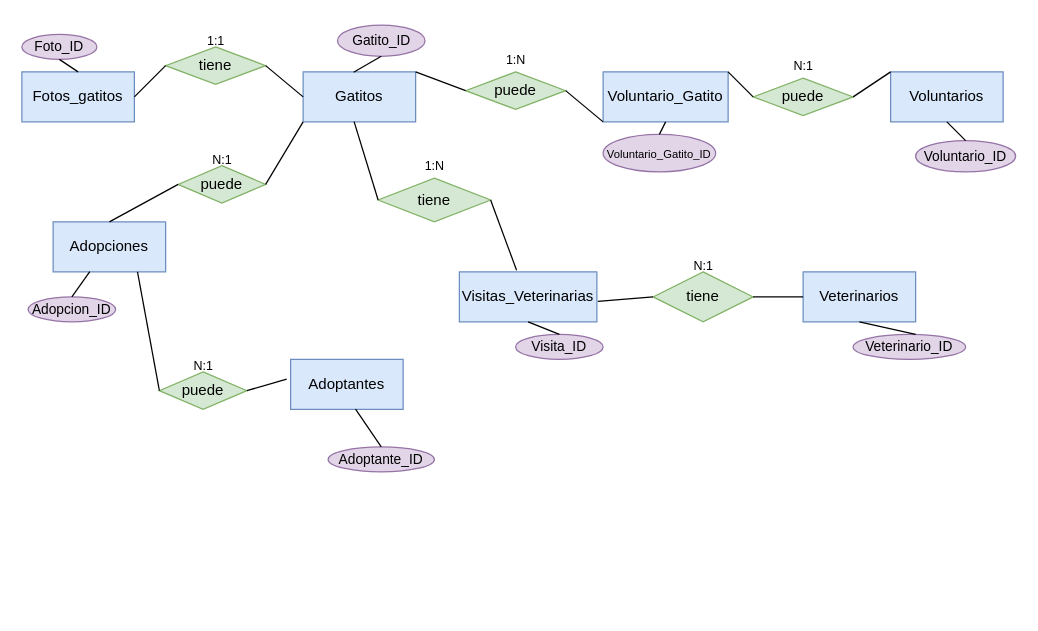
Above: Modelo_concep.drawio in LorenaEsther/adopcion_gatitos (draw.io), before the change. Source tidied: cells renumbered, new cells numbered last; positions are measured from the earlier drawing's top-left corner, leaving out a move shared by most shapes. Both pictures are drawn from the tidied source at 125%, with x=0, y=0 at pixel (21, 21).
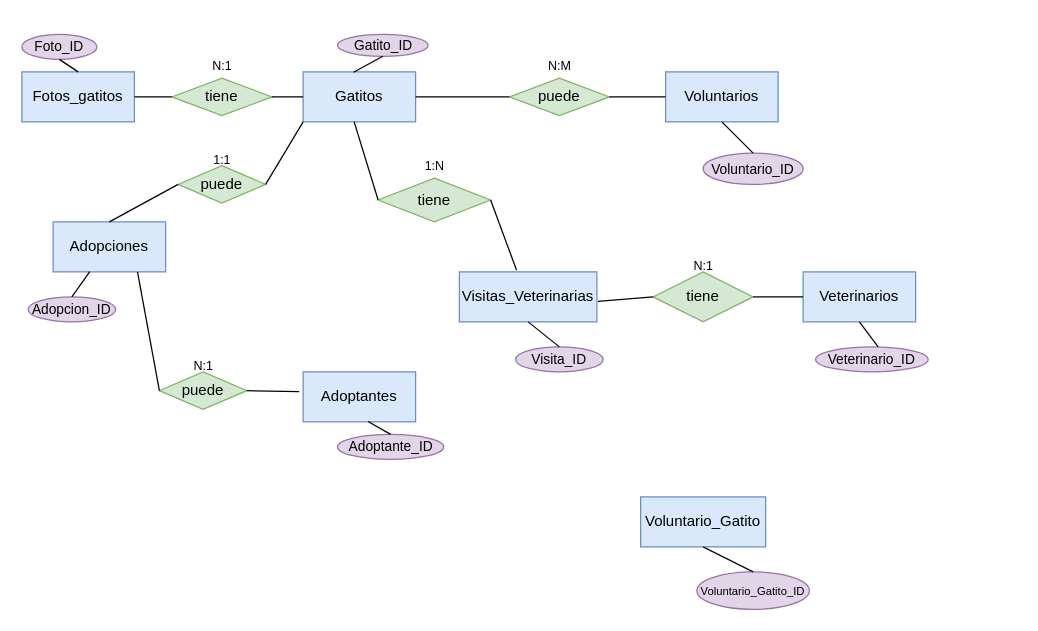
After the change.

The change refers to these unchanged cells:
```xml
<mxCell id="2" value="Gatitos" style="rounded=0;whiteSpace=wrap;html=1;fillColor=#dae8fc;strokeColor=#6c8ebf;" parent="1" vertex="1">
  <mxGeometry x="225" y="40" width="90" height="40" as="geometry" />
</mxCell>
```

Diff of the diagram source:
```diff
@@
     <mxCell id="4" value="Adoptantes" style="rounded=0;whiteSpace=wrap;html=1;fillColor=#dae8fc;strokeColor=#6c8ebf;" parent="1" vertex="1">
-      <mxGeometry x="215" y="270" width="90" height="40" as="geometry" />
+      <mxGeometry x="225" y="280" width="90" height="40" as="geometry" />
     </mxCell>
@@
     <mxCell id="6" value="Voluntarios" style="rounded=0;whiteSpace=wrap;html=1;fillColor=#dae8fc;strokeColor=#6c8ebf;" parent="1" vertex="1">
-      <mxGeometry x="695" y="40" width="90" height="40" as="geometry" />
+      <mxGeometry x="515" y="40" width="90" height="40" as="geometry" />
     </mxCell>
     <mxCell id="7" value="Voluntario_Gatito" style="rounded=0;whiteSpace=wrap;html=1;fillColor=#dae8fc;strokeColor=#6c8ebf;" parent="1" vertex="1">
-      <mxGeometry x="465" y="40" width="100" height="40" as="geometry" />
+      <mxGeometry x="495" y="380" width="100" height="40" as="geometry" />
     </mxCell>
@@
     <mxCell id="10" value="tiene" style="shape=rhombus;perimeter=rhombusPerimeter;whiteSpace=wrap;html=1;align=center;fillColor=#d5e8d4;strokeColor=#82b366;" parent="1" vertex="1">
-      <mxGeometry x="115" y="20" width="80" height="30" as="geometry" />
+      <mxGeometry x="120" y="45" width="80" height="30" as="geometry" />
     </mxCell>
@@
     <mxCell id="15" value="&lt;font style=&quot;font-size: 11px;&quot;&gt;Gatito_ID&lt;/font&gt;" style="ellipse;whiteSpace=wrap;html=1;align=center;fillColor=#e1d5e7;strokeColor=#9673a6;" parent="1" vertex="1">
-      <mxGeometry x="252.5" y="2.5" width="70" height="25" as="geometry" />
+      <mxGeometry x="252.5" y="10" width="72.5" height="17.5" as="geometry" />
     </mxCell>
@@
     <mxCell id="17" value="&lt;font style=&quot;font-size: 11px;&quot;&gt;Voluntario_ID&lt;/font&gt;" style="ellipse;whiteSpace=wrap;html=1;align=center;fillColor=#e1d5e7;strokeColor=#9673a6;" parent="1" vertex="1">
-      <mxGeometry x="715" y="95" width="80" height="25" as="geometry" />
+      <mxGeometry x="545" y="105" width="80" height="25" as="geometry" />
     </mxCell>
@@
     <mxCell id="19" value="&lt;font style=&quot;font-size: 9px;&quot;&gt;Voluntario_Gatito_ID&lt;/font&gt;" style="ellipse;whiteSpace=wrap;html=1;align=center;fillColor=#e1d5e7;strokeColor=#9673a6;" parent="1" vertex="1">
-      <mxGeometry x="465" y="90" width="90" height="30" as="geometry" />
+      <mxGeometry x="540" y="440" width="90" height="30" as="geometry" />
     </mxCell>
@@
     <mxCell id="24" value="&lt;font style=&quot;font-size: 11px;&quot;&gt;Adoptante_ID&lt;/font&gt;" style="ellipse;whiteSpace=wrap;html=1;align=center;fillColor=#e1d5e7;strokeColor=#9673a6;" parent="1" vertex="1">
-      <mxGeometry x="245" y="340" width="85" height="20" as="geometry" />
+      <mxGeometry x="252.5" y="330" width="85" height="20" as="geometry" />
     </mxCell>
@@
     <mxCell id="26" value="puede" style="shape=rhombus;perimeter=rhombusPerimeter;whiteSpace=wrap;html=1;align=center;fillColor=#d5e8d4;strokeColor=#82b366;" parent="1" vertex="1">
-      <mxGeometry x="355" y="40" width="80" height="30" as="geometry" />
+      <mxGeometry x="390" y="45" width="80" height="30" as="geometry" />
     </mxCell>
-    <mxCell id="27" value="puede" style="shape=rhombus;perimeter=rhombusPerimeter;whiteSpace=wrap;html=1;align=center;fillColor=#d5e8d4;strokeColor=#82b366;" parent="1" vertex="1">
-      <mxGeometry x="585" y="45" width="80" height="30" as="geometry" />
-    </mxCell>
-    <mxCell id="28" style="endArrow=none;html=1;rounded=0;entryX=1;entryY=0;entryDx=0;entryDy=0;exitX=0;exitY=0.5;exitDx=0;exitDy=0;" parent="1" edge="1" source="26" target="2">
+    <mxCell id="28" style="endArrow=none;html=1;rounded=0;entryX=1;entryY=0.5;entryDx=0;entryDy=0;exitX=0;exitY=0.5;exitDx=0;exitDy=0;" parent="1" edge="1" source="26" target="2">
       <mxGeometry relative="1" as="geometry" />
     </mxCell>
-    <mxCell id="29" style="endArrow=none;html=1;rounded=0;entryX=0;entryY=0;entryDx=0;entryDy=0;exitX=1;exitY=0.5;exitDx=0;exitDy=0;" parent="1" edge="1" source="27" target="6">
-      <mxGeometry relative="1" as="geometry" />
-    </mxCell>
-    <mxCell id="30" style="endArrow=none;html=1;rounded=0;exitX=1;exitY=0.5;exitDx=0;exitDy=0;entryX=0;entryY=1;entryDx=0;entryDy=0;" parent="1" edge="1" source="26" target="7">
-      <mxGeometry relative="1" as="geometry" />
-    </mxCell>
-    <mxCell id="31" style="endArrow=none;html=1;rounded=0;entryX=1;entryY=0;entryDx=0;entryDy=0;exitX=0;exitY=0.5;exitDx=0;exitDy=0;" parent="1" edge="1" source="27" target="7">
-      <mxGeometry relative="1" as="geometry" />
-    </mxCell>
@@
-    <mxCell id="40" value="&lt;font style=&quot;font-size: 10px;&quot;&gt;N:1&lt;/font&gt;" style="text;html=1;align=center;verticalAlign=middle;strokeColor=none;fillColor=none;" parent="1" vertex="1">
-      <mxGeometry x="605" y="20" width="40" height="30" as="geometry" />
-    </mxCell>
-    <mxCell id="41" value="&lt;font style=&quot;font-size: 10px;&quot;&gt;1:N&lt;/font&gt;" style="text;html=1;align=center;verticalAlign=middle;strokeColor=none;fillColor=none;" parent="1" vertex="1">
-      <mxGeometry x="375" y="15" width="40" height="30" as="geometry" />
+    <mxCell id="41" value="&lt;span style=&quot;font-size: 10px;&quot;&gt;N:M&lt;/span&gt;" style="text;html=1;align=center;verticalAlign=middle;strokeColor=none;fillColor=none;" parent="1" vertex="1">
+      <mxGeometry x="410" y="20" width="40" height="30" as="geometry" />
     </mxCell>
-    <mxCell id="42" value="&lt;font style=&quot;font-size: 10px;&quot;&gt;1:1&lt;/font&gt;" style="text;html=1;align=center;verticalAlign=middle;strokeColor=none;fillColor=none;" parent="1" vertex="1">
-      <mxGeometry x="135" width="40" height="30" as="geometry" />
+    <mxCell id="42" value="&lt;font style=&quot;font-size: 10px;&quot;&gt;N:1&lt;/font&gt;" style="text;html=1;align=center;verticalAlign=middle;strokeColor=none;fillColor=none;" parent="1" vertex="1">
+      <mxGeometry x="140" y="20" width="40" height="30" as="geometry" />
     </mxCell>
     <mxCell id="43" value="&lt;font style=&quot;font-size: 11px;&quot;&gt;Veterinario_ID&lt;/font&gt;" style="ellipse;whiteSpace=wrap;html=1;align=center;fillColor=#e1d5e7;strokeColor=#9673a6;" parent="1" vertex="1">
-      <mxGeometry x="665" y="250" width="90" height="20" as="geometry" />
+      <mxGeometry x="635" y="260" width="90" height="20" as="geometry" />
     </mxCell>
@@
-    <mxCell id="49" value="&lt;font style=&quot;font-size: 10px;&quot;&gt;N:1&lt;/font&gt;" style="text;html=1;align=center;verticalAlign=middle;strokeColor=none;fillColor=none;" parent="1" vertex="1">
+    <mxCell id="49" value="&lt;font style=&quot;font-size: 10px;&quot;&gt;1:1&lt;/font&gt;" style="text;html=1;align=center;verticalAlign=middle;strokeColor=none;fillColor=none;" parent="1" vertex="1">
       <mxGeometry x="140" y="95" width="40" height="30" as="geometry" />
     </mxCell>
     <mxCell id="50" value="&lt;font style=&quot;font-size: 11px;&quot;&gt;Visita_ID&lt;/font&gt;" style="ellipse;whiteSpace=wrap;html=1;align=center;fillColor=#e1d5e7;strokeColor=#9673a6;" parent="1" vertex="1">
-      <mxGeometry x="395" y="250" width="70" height="20" as="geometry" />
+      <mxGeometry x="395" y="260" width="70" height="20" as="geometry" />
     </mxCell>
@@
+    <mxCell id="54" style="endArrow=none;html=1;rounded=0;exitX=1;exitY=0.5;exitDx=0;exitDy=0;entryX=0;entryY=0.5;entryDx=0;entryDy=0;" parent="1" edge="1" source="26" target="6">
+      <mxGeometry relative="1" as="geometry" />
+    </mxCell>
```
